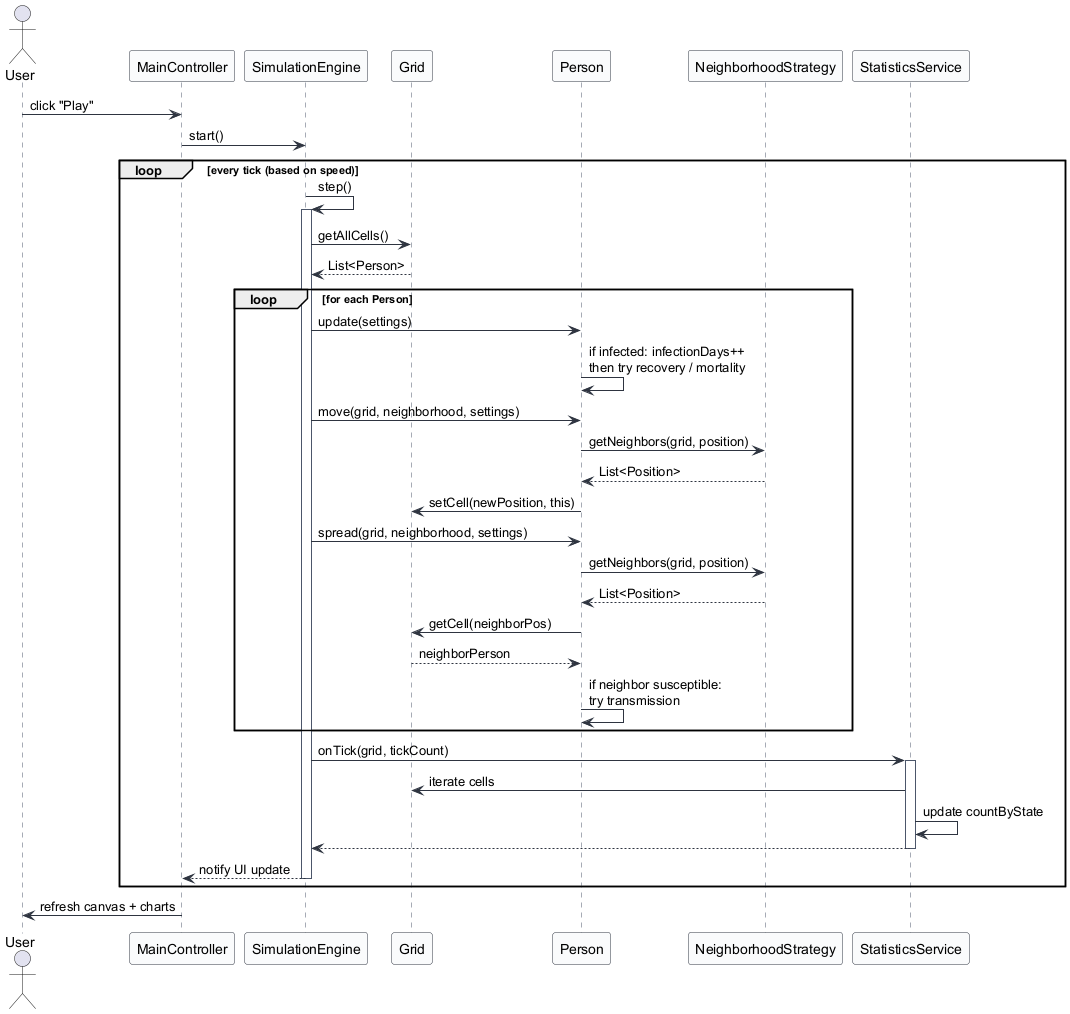
The PlantUML diagram docs/uml/sequence-step.png in Maikimaik-18/Simulation-de-cellules-2D, before a commit.
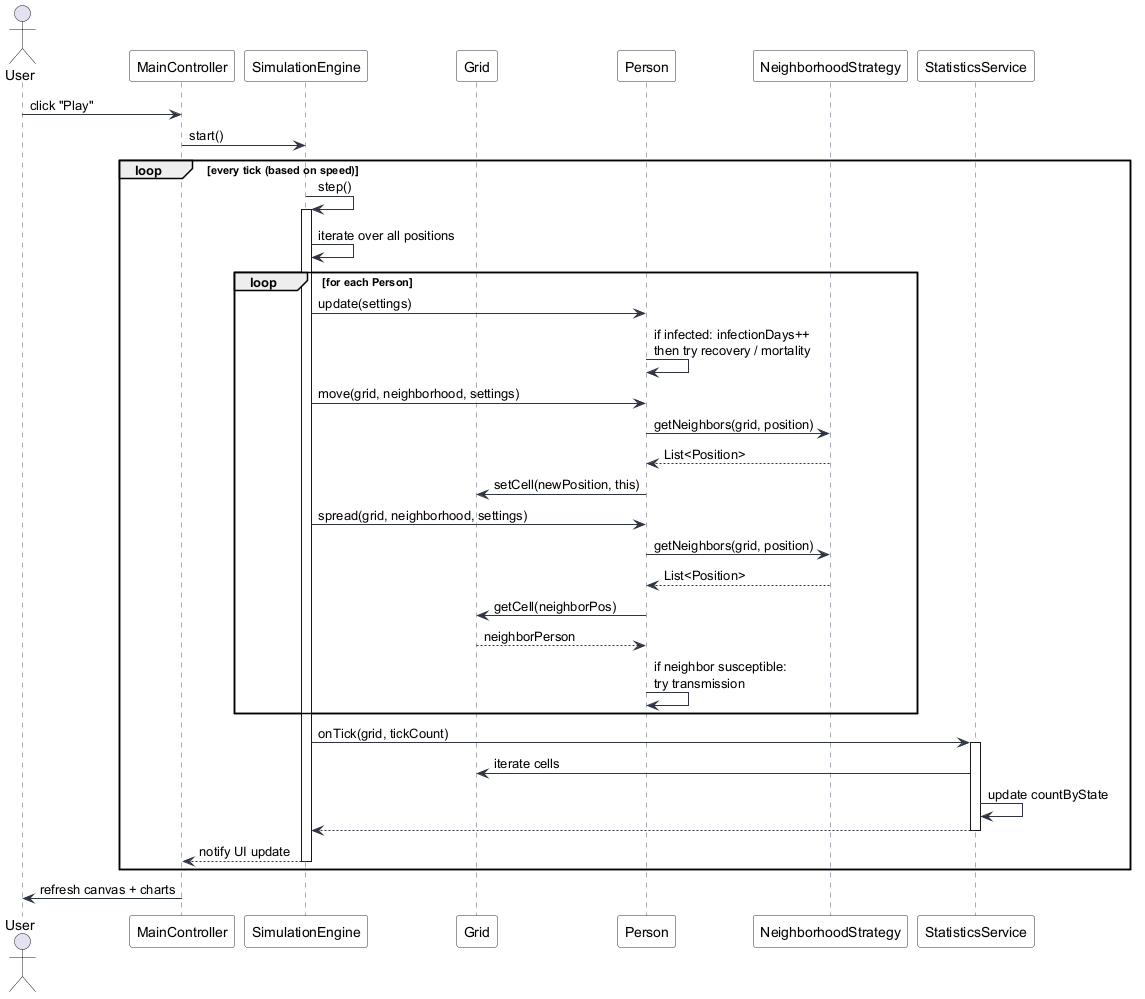
After the commit.

Commit message:
Update Phase G: regenerate UML diagram images

Regenerate use-cases.png and sequence-step.png so the delivered images match
their up-to-date .puml sources.

Change to the diagram source:
```diff
@@ -23,8 +23,7 @@
     Engine -> Engine : step()
     activate Engine
 
-    Engine -> Grid : getAllCells()
-    Grid --> Engine : List<Person>
+    Engine -> Engine : iterate over all positions
 
     loop for each Person
         Engine -> Person : update(settings)
```
